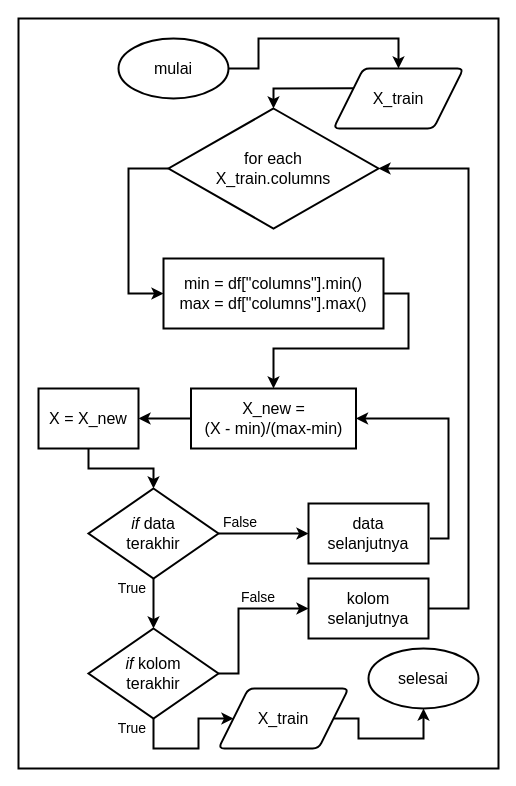
Above: Images/flowchart_normalisasi_minmax.drawio in rshby/skripsi (draw.io), before the change. Source tidied: cells renumbered, new cells numbered last; positions are measured from the earlier drawing's top-left corner, leaving out a move shared by most shapes. Both pictures are drawn from the tidied source at 100%, with x=0, y=0 at pixel (18, 18).
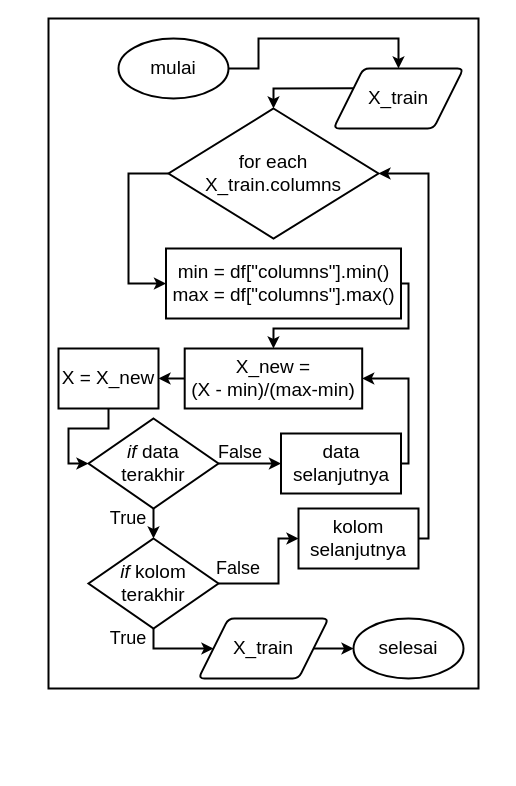
The same page after the edit.

What changed in the source:
```diff
@@
-    <mxCell id="2" style="group;" parent="1" vertex="1">
-      <mxGeometry width="480" height="750" as="geometry" />
-    </mxCell>
-    <mxCell id="3" style="rounded=0;whiteSpace=wrap;html=1;strokeWidth=2;" parent="2" vertex="1">
-      <mxGeometry width="480" height="750" as="geometry" />
-    </mxCell>
+    <mxCell id="33" style="group;" parent="1" vertex="1">
+      <mxGeometry x="30" width="430" height="670" as="geometry" />
+    </mxCell>
+    <mxCell id="34" style="rounded=0;whiteSpace=wrap;html=1;fontSize=19;strokeWidth=2;" parent="33" vertex="1">
+      <mxGeometry width="430" height="670" as="geometry" />
+    </mxCell>
-    <mxCell id="4" value="&lt;font style=&quot;font-size: 16px&quot;&gt;mulai&lt;/font&gt;" style="ellipse;whiteSpace=wrap;html=1;strokeWidth=2;" parent="2" vertex="1">
-      <mxGeometry x="100" y="20" width="110" height="60" as="geometry" />
+    <mxCell id="4" value="&lt;font style=&quot;font-size: 19px&quot;&gt;mulai&lt;/font&gt;" style="ellipse;whiteSpace=wrap;html=1;strokeWidth=2;" parent="33" vertex="1">
+      <mxGeometry x="70" y="20" width="110" height="60" as="geometry" />
     </mxCell>
-    <mxCell id="5" value="&lt;font style=&quot;font-size: 16px&quot;&gt;selesai&lt;/font&gt;" style="ellipse;whiteSpace=wrap;html=1;strokeWidth=2;" parent="2" vertex="1">
-      <mxGeometry x="350" y="630" width="110" height="60" as="geometry" />
+    <mxCell id="5" value="&lt;font style=&quot;font-size: 19px&quot;&gt;selesai&lt;/font&gt;" style="ellipse;whiteSpace=wrap;html=1;strokeWidth=2;" parent="33" vertex="1">
+      <mxGeometry x="305" y="600" width="110" height="60" as="geometry" />
     </mxCell>
-    <mxCell id="6" value="&lt;font style=&quot;font-size: 16px&quot;&gt;X_train&lt;/font&gt;" style="shape=parallelogram;html=1;strokeWidth=2;perimeter=parallelogramPerimeter;whiteSpace=wrap;rounded=1;arcSize=12;size=0.23;" parent="2" vertex="1">
-      <mxGeometry x="315" y="50" width="130" height="60" as="geometry" />
+    <mxCell id="6" value="&lt;font style=&quot;font-size: 19px&quot;&gt;X_train&lt;/font&gt;" style="shape=parallelogram;html=1;strokeWidth=2;perimeter=parallelogramPerimeter;whiteSpace=wrap;rounded=1;arcSize=12;size=0.23;" parent="33" vertex="1">
+      <mxGeometry x="285" y="50" width="130" height="60" as="geometry" />
     </mxCell>
-    <mxCell id="7" style="endArrow=classic;html=1;exitX=1;exitY=0.5;exitDx=0;exitDy=0;strokeWidth=2;entryX=0.5;entryY=0;entryDx=0;entryDy=0;rounded=0;" parent="2" edge="1" source="4" target="6">
-      <mxGeometry x="80" y="-40" as="geometry">
+    <mxCell id="7" style="endArrow=classic;html=1;exitX=1;exitY=0.5;exitDx=0;exitDy=0;strokeWidth=2;entryX=0.5;entryY=0;entryDx=0;entryDy=0;rounded=0;" parent="33" edge="1" source="4" target="6">
+      <mxGeometry x="50" y="-40" as="geometry">
         <Array as="points">
-          <mxPoint x="240" y="50" />
-          <mxPoint x="240" y="20" />
-          <mxPoint x="380" y="20" />
+          <mxPoint x="210" y="50" />
+          <mxPoint x="210" y="20" />
+          <mxPoint x="350" y="20" />
         </Array>
       </mxGeometry>
     </mxCell>
-    <mxCell id="8" value="&lt;font style=&quot;font-size: 16px&quot;&gt;kolom selanjutnya&lt;/font&gt;" style="rounded=0;whiteSpace=wrap;html=1;strokeWidth=2;" parent="2" vertex="1">
-      <mxGeometry x="290" y="560" width="120" height="60" as="geometry" />
+    <mxCell id="8" value="&lt;font style=&quot;font-size: 19px&quot;&gt;kolom selanjutnya&lt;/font&gt;" style="rounded=0;whiteSpace=wrap;html=1;strokeWidth=2;" parent="33" vertex="1">
+      <mxGeometry x="250" y="490" width="120" height="60" as="geometry" />
     </mxCell>
-    <mxCell id="9" value="&lt;font style=&quot;font-size: 16px&quot;&gt;&lt;i&gt;if&lt;/i&gt; kolom&lt;br&gt;terakhir&lt;/font&gt;" style="rhombus;whiteSpace=wrap;html=1;strokeWidth=2;" parent="2" vertex="1">
-      <mxGeometry x="70" y="610" width="130" height="90" as="geometry" />
+    <mxCell id="9" value="&lt;font style=&quot;font-size: 19px&quot;&gt;&lt;i&gt;if&lt;/i&gt; kolom&lt;br&gt;terakhir&lt;/font&gt;" style="rhombus;whiteSpace=wrap;html=1;strokeWidth=2;" parent="33" vertex="1">
+      <mxGeometry x="40" y="520" width="130" height="90" as="geometry" />
     </mxCell>
-    <mxCell id="10" value="&lt;font style=&quot;font-size: 16px&quot;&gt;for each&lt;br&gt;X_train.columns&lt;/font&gt;" style="rhombus;whiteSpace=wrap;html=1;strokeWidth=2;" parent="2" vertex="1">
-      <mxGeometry x="150" y="90" width="210" height="120" as="geometry" />
+    <mxCell id="10" value="&lt;font style=&quot;font-size: 19px&quot;&gt;for each&lt;br&gt;X_train.columns&lt;/font&gt;" style="rhombus;whiteSpace=wrap;html=1;strokeWidth=2;" parent="33" vertex="1">
+      <mxGeometry x="120" y="90" width="210" height="130" as="geometry" />
     </mxCell>
-    <mxCell id="11" style="endArrow=classic;html=1;exitX=0;exitY=0.25;exitDx=0;exitDy=0;entryX=0.5;entryY=0;entryDx=0;entryDy=0;strokeWidth=2;rounded=0;" parent="2" edge="1" source="6" target="10">
-      <mxGeometry as="geometry">
+    <mxCell id="11" style="endArrow=classic;html=1;exitX=0;exitY=0.25;exitDx=0;exitDy=0;entryX=0.5;entryY=0;entryDx=0;entryDy=0;strokeWidth=2;rounded=0;" parent="33" edge="1" source="6" target="10">
+      <mxGeometry x="-30" as="geometry">
         <Array as="points">
-          <mxPoint x="255" y="70" />
+          <mxPoint x="225" y="70" />
         </Array>
       </mxGeometry>
     </mxCell>
-    <mxCell id="12" style="endArrow=classic;html=1;strokeWidth=2;exitX=0;exitY=0.5;exitDx=0;exitDy=0;entryX=0;entryY=0.5;entryDx=0;entryDy=0;rounded=0;" parent="2" edge="1" source="10" target="31">
-      <mxGeometry x="90" y="-220" as="geometry">
+    <mxCell id="12" style="endArrow=classic;html=1;strokeWidth=2;exitX=0;exitY=0.5;exitDx=0;exitDy=0;entryX=0;entryY=0.5;entryDx=0;entryDy=0;rounded=0;" parent="33" edge="1" source="10" target="31">
+      <mxGeometry x="60" y="-220" as="geometry">
         <Array as="points">
-          <mxPoint x="110" y="150" />
-          <mxPoint x="110" y="275" />
+          <mxPoint x="80" y="155" />
+          <mxPoint x="80" y="265" />
         </Array>
       </mxGeometry>
     </mxCell>
-    <mxCell id="13" value="&lt;font style=&quot;font-size: 16px&quot;&gt;X_new = &lt;br&gt;(X - min)/(max-min)&lt;/font&gt;" style="rounded=0;whiteSpace=wrap;html=1;strokeWidth=2;" parent="2" vertex="1">
-      <mxGeometry x="172.5" y="370" width="165" height="60" as="geometry" />
+    <mxCell id="13" value="&lt;font style=&quot;font-size: 19px&quot;&gt;X_new = &lt;br&gt;(X - min)/(max-min)&lt;/font&gt;" style="rounded=0;whiteSpace=wrap;html=1;strokeWidth=2;" parent="33" vertex="1">
+      <mxGeometry x="136.2" y="330" width="177.5" height="60" as="geometry" />
     </mxCell>
-    <mxCell id="14" value="&lt;font style=&quot;font-size: 16px&quot;&gt;&lt;i&gt;if&lt;/i&gt; data&lt;br&gt;terakhir&lt;/font&gt;" style="rhombus;whiteSpace=wrap;html=1;strokeWidth=2;" parent="2" vertex="1">
-      <mxGeometry x="70" y="470" width="130" height="90" as="geometry" />
+    <mxCell id="14" value="&lt;font style=&quot;font-size: 19px&quot;&gt;&lt;i&gt;if&lt;/i&gt; data&lt;br&gt;terakhir&lt;/font&gt;" style="rhombus;whiteSpace=wrap;html=1;strokeWidth=2;" parent="33" vertex="1">
+      <mxGeometry x="40" y="400" width="130" height="90" as="geometry" />
     </mxCell>
-    <mxCell id="15" value="&lt;font style=&quot;font-size: 16px&quot;&gt;data&lt;br&gt;selanjutnya&lt;/font&gt;" style="rounded=0;whiteSpace=wrap;html=1;strokeWidth=2;" parent="2" vertex="1">
-      <mxGeometry x="290" y="485" width="120" height="60" as="geometry" />
+    <mxCell id="15" value="&lt;font style=&quot;font-size: 19px&quot;&gt;data&lt;br&gt;selanjutnya&lt;/font&gt;" style="rounded=0;whiteSpace=wrap;html=1;strokeWidth=2;" parent="33" vertex="1">
+      <mxGeometry x="232.5" y="415" width="120" height="60" as="geometry" />
     </mxCell>
-    <mxCell id="16" style="endArrow=classic;html=1;strokeWidth=2;exitX=0.5;exitY=1;exitDx=0;exitDy=0;entryX=0.5;entryY=0;entryDx=0;entryDy=0;rounded=0;" parent="2" edge="1" source="22" target="14">
-      <mxGeometry as="geometry">
+    <mxCell id="16" style="endArrow=classic;html=1;strokeWidth=2;exitX=0.5;exitY=1;exitDx=0;exitDy=0;entryX=0;entryY=0.5;entryDx=0;entryDy=0;rounded=0;" parent="33" edge="1" source="22" target="14">
+      <mxGeometry x="60" y="-220" as="geometry">
         <Array as="points">
-          <mxPoint x="70" y="450" />
-          <mxPoint x="135" y="450" />
+          <mxPoint x="60" y="410" />
+          <mxPoint x="20" y="410" />
+          <mxPoint x="20" y="445" />
         </Array>
       </mxGeometry>
     </mxCell>
-    <mxCell id="17" style="endArrow=classic;html=1;strokeWidth=2;exitX=1;exitY=0.5;exitDx=0;exitDy=0;entryX=0;entryY=0.5;entryDx=0;entryDy=0;" parent="2" edge="1" source="14" target="15">
-      <mxGeometry as="geometry" />
+    <mxCell id="17" style="endArrow=classic;html=1;strokeWidth=2;exitX=1;exitY=0.5;exitDx=0;exitDy=0;entryX=0;entryY=0.5;entryDx=0;entryDy=0;" parent="33" edge="1" source="14" target="15">
+      <mxGeometry x="-30" y="-70" as="geometry" />
     </mxCell>
-    <mxCell id="18" style="endArrow=classic;html=1;strokeWidth=2;exitX=1.012;exitY=0.584;exitDx=0;exitDy=0;entryX=1;entryY=0.5;entryDx=0;entryDy=0;rounded=0;exitPerimeter=0;" parent="2" edge="1" source="15" target="13">
-      <mxGeometry as="geometry">
+    <mxCell id="18" style="endArrow=classic;html=1;strokeWidth=2;exitX=1;exitY=0.5;exitDx=0;exitDy=0;entryX=1;entryY=0.5;entryDx=0;entryDy=0;rounded=0;" parent="33" edge="1" source="15" target="13">
+      <mxGeometry x="-30" as="geometry">
         <Array as="points">
-          <mxPoint x="430" y="520" />
-          <mxPoint x="430" y="400" />
+          <mxPoint x="360" y="445" />
+          <mxPoint x="360" y="360" />
         </Array>
       </mxGeometry>
     </mxCell>
-    <mxCell id="19" style="endArrow=classic;html=1;strokeWidth=2;exitX=0.5;exitY=1;exitDx=0;exitDy=0;entryX=0.5;entryY=0;entryDx=0;entryDy=0;" parent="2" edge="1" source="14" target="9">
-      <mxGeometry as="geometry" />
+    <mxCell id="19" style="endArrow=classic;html=1;strokeWidth=2;exitX=0.5;exitY=1;exitDx=0;exitDy=0;entryX=0.5;entryY=0;entryDx=0;entryDy=0;" parent="33" edge="1" source="14" target="9">
+      <mxGeometry x="-30" as="geometry" />
     </mxCell>
-    <mxCell id="20" style="endArrow=classic;html=1;strokeWidth=2;exitX=1;exitY=0.5;exitDx=0;exitDy=0;entryX=0;entryY=0.5;entryDx=0;entryDy=0;rounded=0;" parent="2" edge="1" source="9" target="8">
-      <mxGeometry as="geometry">
+    <mxCell id="20" style="endArrow=classic;html=1;strokeWidth=2;exitX=1;exitY=0.5;exitDx=0;exitDy=0;entryX=0;entryY=0.5;entryDx=0;entryDy=0;rounded=0;" parent="33" edge="1" source="9" target="8">
+      <mxGeometry x="60" y="-220" as="geometry">
         <Array as="points">
-          <mxPoint x="220" y="655" />
-          <mxPoint x="220" y="590" />
+          <mxPoint x="230" y="565" />
+          <mxPoint x="230" y="520" />
         </Array>
       </mxGeometry>
     </mxCell>
-    <mxCell id="21" style="endArrow=classic;html=1;strokeWidth=2;exitX=1;exitY=0.5;exitDx=0;exitDy=0;rounded=0;" parent="2" edge="1" source="8">
-      <mxGeometry as="geometry">
-        <mxPoint x="360" y="150" as="targetPoint" />
+    <mxCell id="21" style="endArrow=classic;html=1;strokeWidth=2;exitX=1;exitY=0.5;exitDx=0;exitDy=0;rounded=0;entryX=1;entryY=0.5;entryDx=0;entryDy=0;" parent="33" edge="1" source="8" target="10">
+      <mxGeometry x="-30" as="geometry">
         <Array as="points">
-          <mxPoint x="450" y="590" />
-          <mxPoint x="450" y="150" />
+          <mxPoint x="380" y="520" />
+          <mxPoint x="380" y="155" />
         </Array>
       </mxGeometry>
     </mxCell>
-    <mxCell id="22" value="&lt;span style=&quot;font-size: 16px&quot;&gt;X = X_new&lt;/span&gt;" style="rounded=0;whiteSpace=wrap;html=1;strokeWidth=2;" parent="2" vertex="1">
-      <mxGeometry x="20" y="370" width="100" height="60" as="geometry" />
+    <mxCell id="22" value="&lt;font style=&quot;font-size: 19px&quot;&gt;X = X_new&lt;/font&gt;" style="rounded=0;whiteSpace=wrap;html=1;strokeWidth=2;" parent="33" vertex="1">
+      <mxGeometry x="10" y="330" width="100" height="60" as="geometry" />
     </mxCell>
-    <mxCell id="23" style="endArrow=classic;html=1;strokeWidth=2;exitX=0;exitY=0.5;exitDx=0;exitDy=0;entryX=1;entryY=0.5;entryDx=0;entryDy=0;" parent="2" edge="1" source="13" target="22">
-      <mxGeometry as="geometry" />
+    <mxCell id="23" style="endArrow=classic;html=1;strokeWidth=2;exitX=0;exitY=0.5;exitDx=0;exitDy=0;entryX=1;entryY=0.5;entryDx=0;entryDy=0;" parent="33" edge="1" source="13" target="22">
+      <mxGeometry x="-30" as="geometry" />
     </mxCell>
-    <mxCell id="24" style="endArrow=classic;html=1;strokeWidth=2;exitX=0.5;exitY=1;exitDx=0;exitDy=0;entryX=0;entryY=0.5;entryDx=0;entryDy=0;rounded=0;" parent="2" edge="1" source="9" target="29">
-      <mxGeometry x="90" y="-220" as="geometry">
+    <mxCell id="24" style="endArrow=classic;html=1;strokeWidth=2;exitX=0.5;exitY=1;exitDx=0;exitDy=0;entryX=0;entryY=0.5;entryDx=0;entryDy=0;rounded=0;" parent="33" edge="1" source="9" target="29">
+      <mxGeometry x="60" y="-220" as="geometry">
         <Array as="points">
-          <mxPoint x="135" y="730" />
-          <mxPoint x="180" y="730" />
-          <mxPoint x="180" y="700" />
+          <mxPoint x="105" y="630" />
         </Array>
       </mxGeometry>
     </mxCell>
-    <mxCell id="25" value="&lt;font style=&quot;font-size: 14px&quot;&gt;True&lt;/font&gt;" style="text;html=1;strokeColor=none;fillColor=none;align=center;verticalAlign=middle;whiteSpace=wrap;rounded=0;" parent="2" vertex="1">
-      <mxGeometry x="94" y="560" width="40" height="20" as="geometry" />
+    <mxCell id="25" value="&lt;font style=&quot;font-size: 18px&quot;&gt;True&lt;/font&gt;" style="text;html=1;strokeColor=none;fillColor=none;align=center;verticalAlign=middle;whiteSpace=wrap;rounded=0;" parent="33" vertex="1">
+      <mxGeometry x="60" y="490" width="40" height="20" as="geometry" />
     </mxCell>
-    <mxCell id="26" value="&lt;font style=&quot;font-size: 14px&quot;&gt;True&lt;/font&gt;" style="text;html=1;strokeColor=none;fillColor=none;align=center;verticalAlign=middle;whiteSpace=wrap;rounded=0;" parent="2" vertex="1">
-      <mxGeometry x="94" y="700" width="40" height="20" as="geometry" />
+    <mxCell id="26" value="&lt;font style=&quot;font-size: 18px&quot;&gt;True&lt;/font&gt;" style="text;html=1;strokeColor=none;fillColor=none;align=center;verticalAlign=middle;whiteSpace=wrap;rounded=0;" parent="33" vertex="1">
+      <mxGeometry x="60" y="610" width="40" height="20" as="geometry" />
     </mxCell>
-    <mxCell id="27" value="&lt;font style=&quot;font-size: 14px&quot;&gt;False&lt;/font&gt;" style="text;html=1;strokeColor=none;fillColor=none;align=center;verticalAlign=middle;whiteSpace=wrap;rounded=0;" parent="2" vertex="1">
-      <mxGeometry x="220" y="569" width="40" height="20" as="geometry" />
+    <mxCell id="27" value="&lt;font style=&quot;font-size: 18px&quot;&gt;False&lt;/font&gt;" style="text;html=1;strokeColor=none;fillColor=none;align=center;verticalAlign=middle;whiteSpace=wrap;rounded=0;" parent="33" vertex="1">
+      <mxGeometry x="170" y="540" width="40" height="20" as="geometry" />
     </mxCell>
-    <mxCell id="28" value="&lt;font style=&quot;font-size: 14px&quot;&gt;False&lt;/font&gt;" style="text;html=1;strokeColor=none;fillColor=none;align=center;verticalAlign=middle;whiteSpace=wrap;rounded=0;" parent="2" vertex="1">
-      <mxGeometry x="202" y="494" width="40" height="20" as="geometry" />
+    <mxCell id="28" value="&lt;font style=&quot;font-size: 18px&quot;&gt;False&lt;/font&gt;" style="text;html=1;strokeColor=none;fillColor=none;align=center;verticalAlign=middle;whiteSpace=wrap;rounded=0;" parent="33" vertex="1">
+      <mxGeometry x="172" y="424" width="40" height="20" as="geometry" />
     </mxCell>
-    <mxCell id="29" value="&lt;font style=&quot;font-size: 16px&quot;&gt;X_train&lt;/font&gt;" style="shape=parallelogram;html=1;strokeWidth=2;perimeter=parallelogramPerimeter;whiteSpace=wrap;rounded=1;arcSize=12;size=0.23;" parent="2" vertex="1">
-      <mxGeometry x="200" y="670" width="130" height="60" as="geometry" />
+    <mxCell id="29" value="&lt;font style=&quot;font-size: 19px&quot;&gt;X_train&lt;/font&gt;" style="shape=parallelogram;html=1;strokeWidth=2;perimeter=parallelogramPerimeter;whiteSpace=wrap;rounded=1;arcSize=12;size=0.23;" parent="33" vertex="1">
+      <mxGeometry x="150" y="600" width="130" height="60" as="geometry" />
     </mxCell>
-    <mxCell id="30" style="endArrow=classic;html=1;exitX=1;exitY=0.5;exitDx=0;exitDy=0;entryX=0.5;entryY=1;entryDx=0;entryDy=0;strokeWidth=2;rounded=0;" parent="2" edge="1" source="29" target="5">
-      <mxGeometry as="geometry">
-        <Array as="points">
-          <mxPoint x="340" y="700" />
-          <mxPoint x="340" y="720" />
-          <mxPoint x="405" y="720" />
-        </Array>
-      </mxGeometry>
+    <mxCell id="30" style="endArrow=classic;html=1;exitX=1;exitY=0.5;exitDx=0;exitDy=0;entryX=0;entryY=0.5;entryDx=0;entryDy=0;strokeWidth=2;rounded=0;" parent="33" edge="1" source="29" target="5">
+      <mxGeometry x="60" y="-220" as="geometry" />
     </mxCell>
-    <mxCell id="31" value="&lt;span style=&quot;font-size: 16px&quot;&gt;min = df[&quot;columns&quot;].min()&lt;/span&gt;&lt;br style=&quot;font-size: 16px&quot;&gt;&lt;span style=&quot;font-size: 16px&quot;&gt;max = df[&quot;columns&quot;].max()&lt;/span&gt;" style="rounded=0;whiteSpace=wrap;html=1;strokeWidth=2;" parent="2" vertex="1">
-      <mxGeometry x="145" y="240" width="220" height="70" as="geometry" />
+    <mxCell id="31" value="&lt;font style=&quot;font-size: 19px&quot;&gt;min = df[&quot;columns&quot;].min()&lt;br&gt;max = df[&quot;columns&quot;].max()&lt;/font&gt;" style="rounded=0;whiteSpace=wrap;html=1;strokeWidth=2;" parent="33" vertex="1">
+      <mxGeometry x="117.5" y="230" width="235" height="70" as="geometry" />
     </mxCell>
-    <mxCell id="32" style="endArrow=classic;html=1;strokeWidth=2;exitX=1;exitY=0.5;exitDx=0;exitDy=0;entryX=0.5;entryY=0;entryDx=0;entryDy=0;rounded=0;" parent="2" edge="1" source="31" target="13">
-      <mxGeometry as="geometry">
+    <mxCell id="32" style="endArrow=classic;html=1;strokeWidth=2;exitX=1;exitY=0.5;exitDx=0;exitDy=0;entryX=0.5;entryY=0;entryDx=0;entryDy=0;rounded=0;" parent="33" edge="1" source="31" target="13">
+      <mxGeometry x="-30" as="geometry">
         <Array as="points">
-          <mxPoint x="390" y="275" />
-          <mxPoint x="390" y="330" />
-          <mxPoint x="255" y="330" />
+          <mxPoint x="360" y="265" />
+          <mxPoint x="360" y="310" />
+          <mxPoint x="225" y="310" />
         </Array>
       </mxGeometry>
     </mxCell>
```
